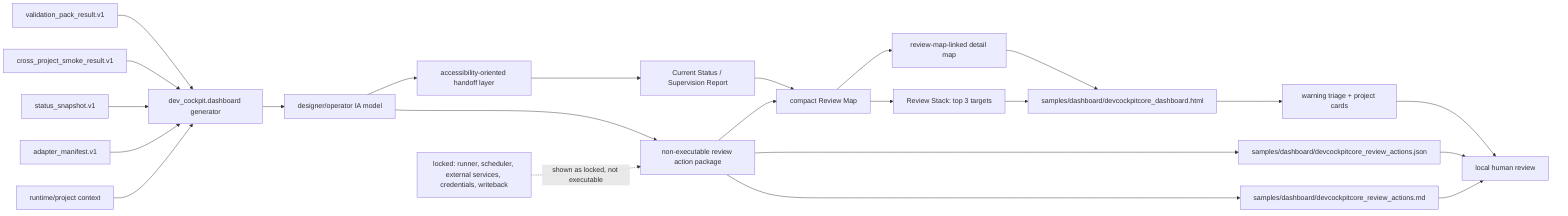
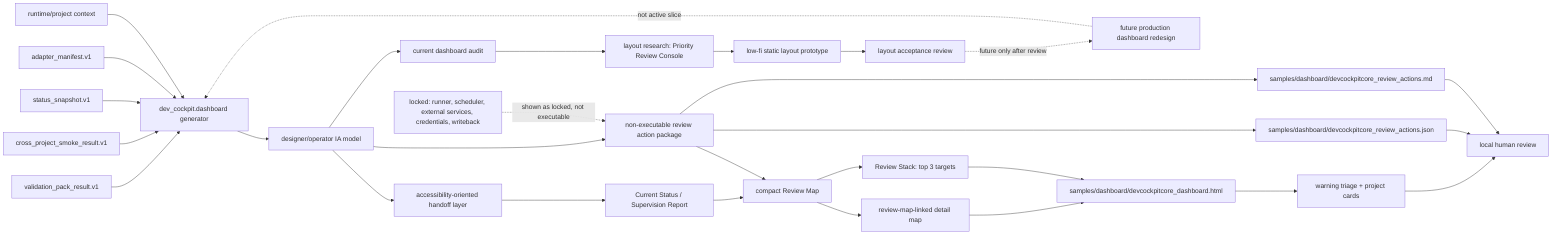
flowchart LR
    VP["validation_pack_result.v1"]
    SM["cross_project_smoke_result.v1"]
    SS["status_snapshot.v1"]
    AD["adapter_manifest.v1"]
    RT["runtime/project context"]
    GEN["dev_cockpit.dashboard generator"]
    IA["designer/operator IA model"]
+     AUDIT["current dashboard audit"]
+     RESEARCH["layout research: Priority Review Console"]
+     PROTO["low-fi static layout prototype"]
+     ACCEPT["layout acceptance review"]
+     REDESIGN["future production dashboard redesign"]
    ACT["non-executable review action package"]
    A11Y["accessibility-oriented handoff layer"]
    REPORT["Current Status / Supervision Report"]
    MAP["compact Review Map"]
    STACK["Review Stack: top 3 targets"]
    DETAIL["review-map-linked detail map"]
    HTML["samples/dashboard/devcockpitcore_dashboard.html"]
    JSON["samples/dashboard/devcockpitcore_review_actions.json"]
    MD["samples/dashboard/devcockpitcore_review_actions.md"]
    TRIAGE["warning triage + project cards"]
    REVIEW["local human review"]

    VP --> GEN
    SM --> GEN
    SS --> GEN
    AD --> GEN
    RT --> GEN
    GEN --> IA
+     IA --> AUDIT
+     AUDIT --> RESEARCH
+     RESEARCH --> PROTO
+     PROTO --> ACCEPT
+     ACCEPT -. "future only after review" .-> REDESIGN
+     REDESIGN -. "not active slice" .-> GEN
    IA --> ACT
    IA --> A11Y
    A11Y --> REPORT
    REPORT --> MAP
    MAP --> STACK
    MAP --> DETAIL
    DETAIL --> HTML
    STACK --> HTML
    ACT --> JSON
    ACT --> MD
    ACT --> MAP
    HTML --> TRIAGE
    TRIAGE --> REVIEW
    JSON --> REVIEW
    MD --> REVIEW

    LOCK["locked: runner, scheduler, external services, credentials, writeback"]
    LOCK -. "shown as locked, not executable" .-> ACT
